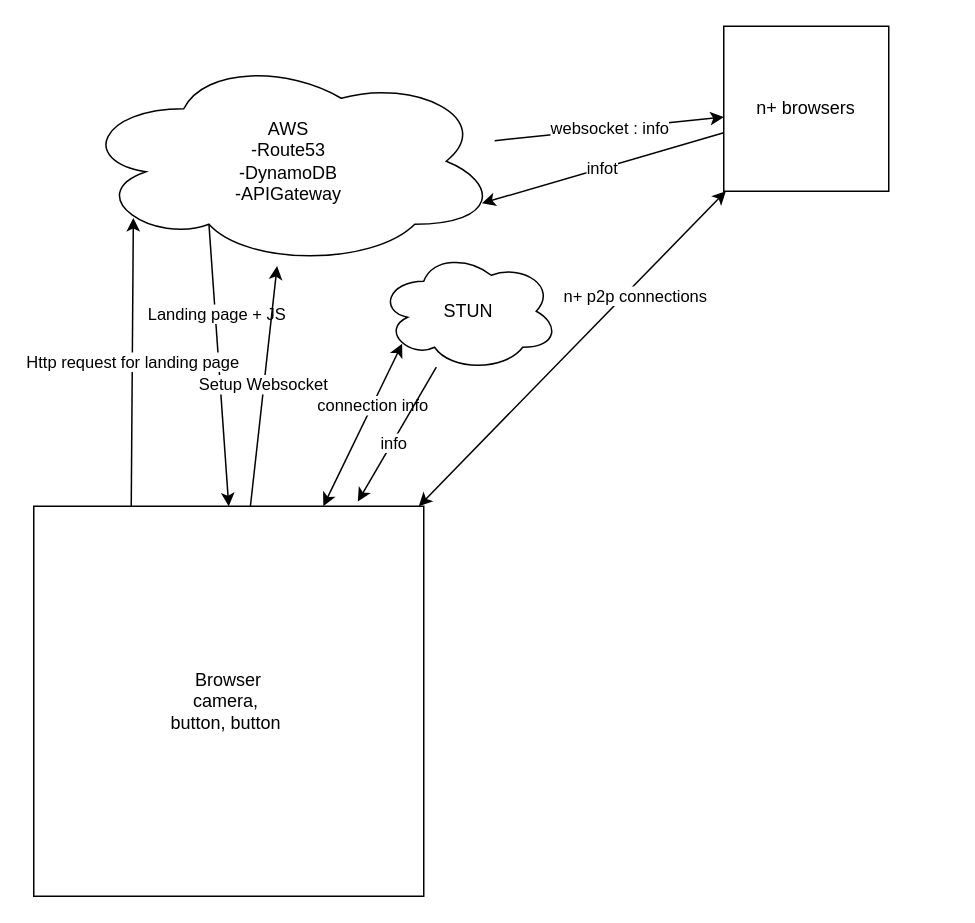
Above: diagrams/helpme.drawio in zachrog/you-have-said-enough (draw.io), before the change. Source tidied: cells renumbered, new cells numbered last; positions are measured from the earlier drawing's top-left corner, leaving out a move shared by most shapes. Both pictures are drawn from the tidied source at 150%, with x=0, y=0 at pixel (33, 26).
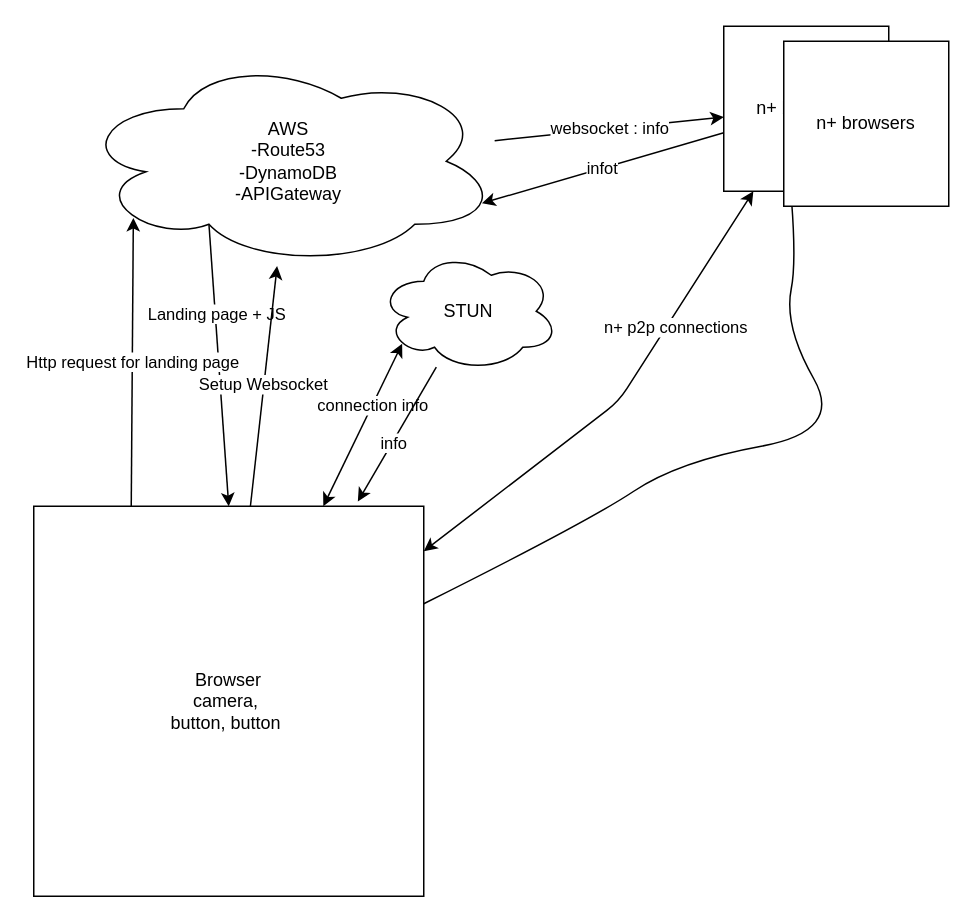
Above is the later version.

The change refers to these unchanged cells:
```xml
<mxCell id="11" value="Browser&lt;br&gt;camera,&amp;nbsp;&lt;br&gt;button, button&amp;nbsp;" style="whiteSpace=wrap;html=1;" parent="1" vertex="1">
  <mxGeometry y="320" width="260" height="260" as="geometry" />
</mxCell>
<mxCell id="16" value="n+ browsers" style="whiteSpace=wrap;html=1;" parent="1" vertex="1">
  <mxGeometry x="460" width="110" height="110" as="geometry" />
</mxCell>
```

Diff of the diagram source:
```diff
@@
     <mxCell id="10" value="n+ p2p connections" style="edgeStyle=none;html=1;startArrow=classic;startFill=1;" parent="1" edge="1" source="11" target="16">
-      <mxGeometry x="0.37" y="-5" relative="1" as="geometry" />
+      <mxGeometry x="0.37" y="-5" relative="1" as="geometry">
+        <Array as="points">
+          <mxPoint x="390" y="250" />
+        </Array>
+      </mxGeometry>
     </mxCell>
+    <mxCell id="17" style="edgeStyle=none;html=1;entryX=0;entryY=0.5;entryDx=0;entryDy=0;exitX=1;exitY=0.25;exitDx=0;exitDy=0;curved=1;" parent="1" edge="1" source="11" target="18">
+      <mxGeometry relative="1" as="geometry">
+        <Array as="points">
+          <mxPoint x="370" y="330" />
+          <mxPoint x="430" y="290" />
+          <mxPoint x="540" y="270" />
+          <mxPoint x="500" y="200" />
+          <mxPoint x="510" y="150" />
+        </Array>
+      </mxGeometry>
+    </mxCell>
@@
+    <mxCell id="18" value="n+ browsers" style="whiteSpace=wrap;html=1;" parent="1" vertex="1">
+      <mxGeometry x="500" y="10" width="110" height="110" as="geometry" />
+    </mxCell>
```
